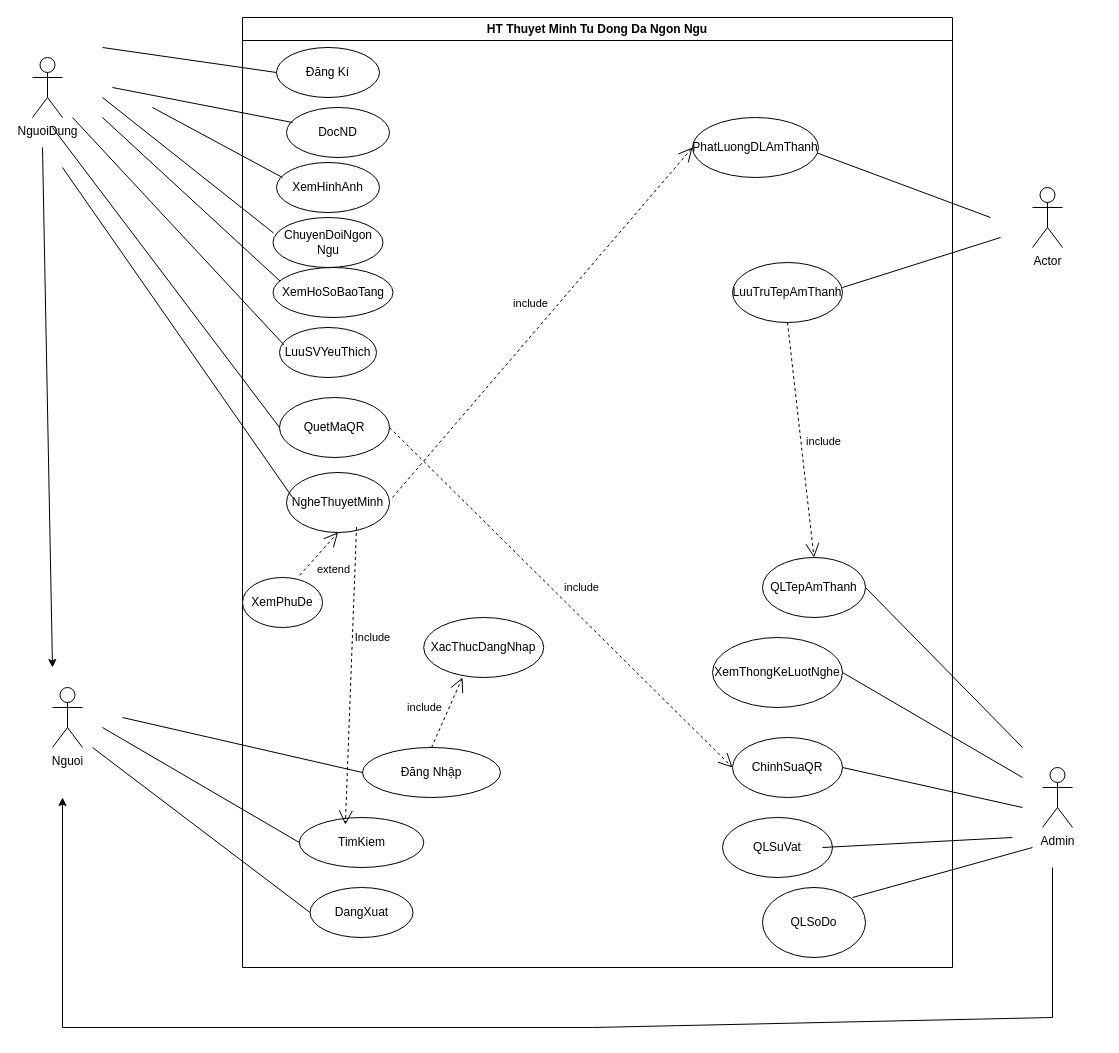
Before: general.drawio in DangPhuThanh/DangPhuThanh, a draw.io diagram. Source tidied: cells renumbered, new cells numbered last; positions are measured from the earlier drawing's top-left corner, leaving out a move shared by most shapes. Both pictures are drawn from the tidied source at 100%, with x=0, y=0 at pixel (32, 17).
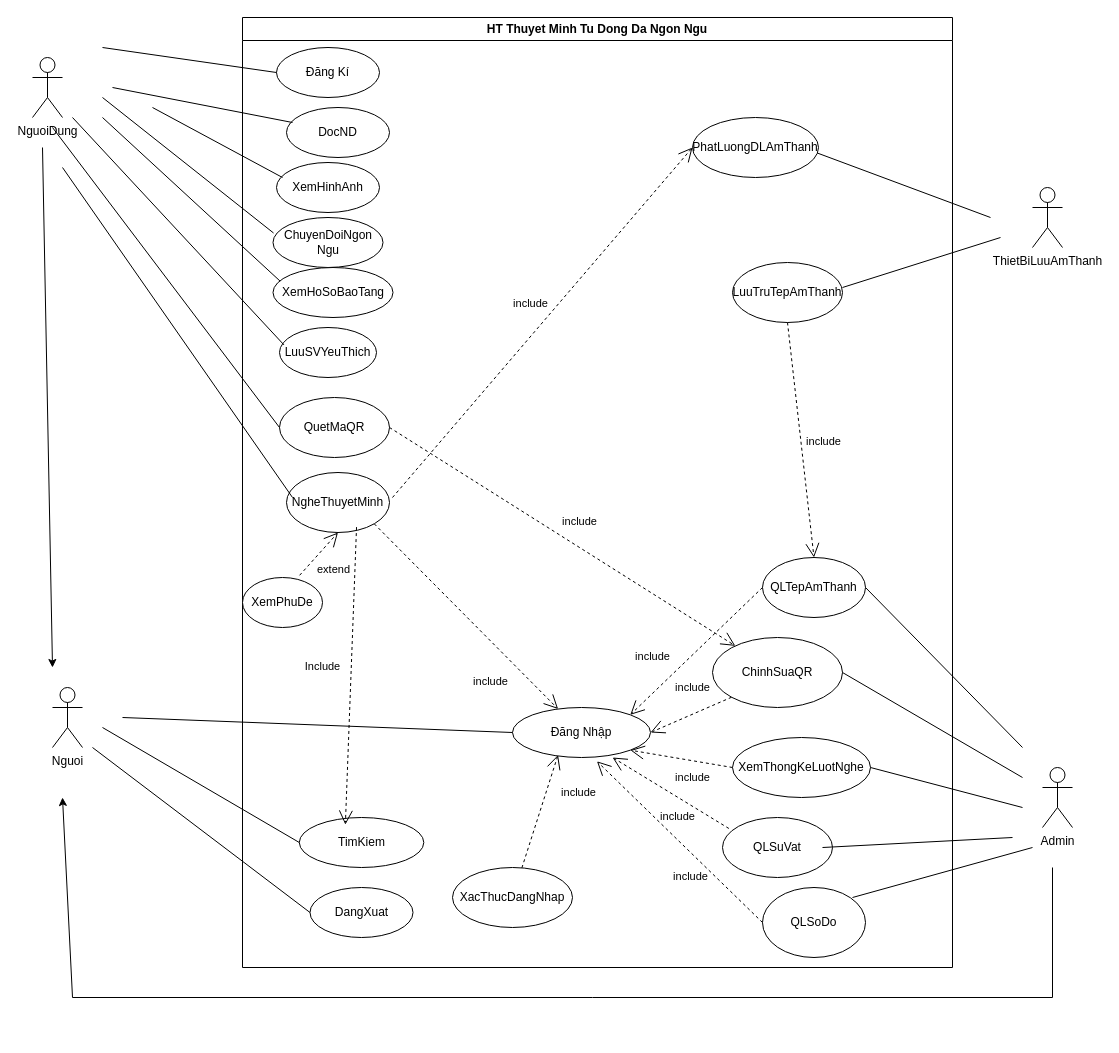
The same diagram, later.

Commit message:
Cập nhật general.drawio

The change refers to these unchanged cells:
```xml
<mxCell id="3" value="HT Thuyet Minh Tu Dong Da Ngon Ngu" style="swimlane;whiteSpace=wrap;html=1;" parent="1" vertex="1">
  <mxGeometry x="210" width="710" height="950" as="geometry" />
</mxCell>
<mxCell id="6" value="TimKiem" style="ellipse;whiteSpace=wrap;html=1;shapeInside=1;" parent="3" vertex="1">
  <mxGeometry x="56.8" y="800" width="124.5" height="50" as="geometry" />
</mxCell>
<mxCell id="11" value="QuetMaQR" style="ellipse;whiteSpace=wrap;html=1;shapeInside=1;" parent="3" vertex="1">
  <mxGeometry x="37" y="380" width="110" height="60" as="geometry" />
</mxCell>
<mxCell id="13" value="QLSuVat" style="ellipse;whiteSpace=wrap;html=1;shapeInside=1;" parent="3" vertex="1">
  <mxGeometry x="480" y="800" width="110" height="60" as="geometry" />
</mxCell>
<mxCell id="14" value="QLSoDo" style="ellipse;whiteSpace=wrap;html=1;shapeInside=1;" parent="3" vertex="1">
  <mxGeometry x="520" y="870" width="103" height="70" as="geometry" />
</mxCell>
<mxCell id="18" value="NgheThuyetMinh" style="ellipse;whiteSpace=wrap;html=1;shapeInside=1;" parent="3" vertex="1">
  <mxGeometry x="44" y="455" width="103" height="60" as="geometry" />
</mxCell>
<mxCell id="22" value="QLTepAmThanh" style="ellipse;whiteSpace=wrap;html=1;shapeInside=1;" parent="3" vertex="1">
  <mxGeometry x="520" y="540" width="103" height="60" as="geometry" />
</mxCell>
```

What changed in the source:
```diff
@@
     <mxCell id="5" value="Đăng Nhập" style="ellipse;whiteSpace=wrap;html=1;shapeInside=1;" parent="3" vertex="1">
-      <mxGeometry x="120" y="730" width="138" height="50" as="geometry" />
+      <mxGeometry x="270" y="690" width="138" height="50" as="geometry" />
     </mxCell>
@@
-    <mxCell id="12" value="ChinhSuaQR" style="ellipse;whiteSpace=wrap;html=1;shapeInside=1;" parent="3" vertex="1">
-      <mxGeometry x="490" y="720" width="110" height="60" as="geometry" />
+    <mxCell id="12" value="XemThongKeLuotNghe" style="ellipse;whiteSpace=wrap;html=1;shapeInside=1;" parent="3" vertex="1">
+      <mxGeometry x="490" y="720" width="138" height="60" as="geometry" />
     </mxCell>
@@
-    <mxCell id="15" value="XemThongKeLuotNghe" style="ellipse;whiteSpace=wrap;html=1;shapeInside=1;" parent="3" vertex="1">
+    <mxCell id="15" value="ChinhSuaQR" style="ellipse;whiteSpace=wrap;html=1;shapeInside=1;" parent="3" vertex="1">
       <mxGeometry x="470" y="620" width="130" height="70" as="geometry" />
     </mxCell>
@@
     <mxCell id="21" value="XacThucDangNhap" style="ellipse;whiteSpace=wrap;html=1;shapeInside=1;" parent="3" vertex="1">
-      <mxGeometry x="181.2" y="600" width="120" height="60" as="geometry" />
+      <mxGeometry x="210" y="850" width="120" height="60" as="geometry" />
     </mxCell>
@@
-    <mxCell id="23" value="include" style="endArrow=open;endSize=12;dashed=1;html=1;rounded=0;exitX=1;exitY=0.5;exitDx=0;exitDy=0;entryX=0;entryY=0.5;entryDx=0;entryDy=0;" parent="3" edge="1" source="11" target="12">
+    <mxCell id="23" value="include" style="endArrow=open;endSize=12;dashed=1;html=1;rounded=0;exitX=1;exitY=0.5;exitDx=0;exitDy=0;" parent="3" edge="1" source="11" target="15">
       <mxGeometry x="0.03" y="22" relative="1" as="geometry" />
     </mxCell>
     <mxCell id="24" value="Include" style="endArrow=open;endSize=12;dashed=1;html=1;rounded=0;exitX=0.68;exitY=0.91;exitDx=0;exitDy=0;exitPerimeter=0;entryX=0.37;entryY=0.144;entryDx=0;entryDy=0;entryPerimeter=0;" parent="3" edge="1" source="18" target="6">
-      <mxGeometry x="-0.26" y="20" relative="1" as="geometry" />
+      <mxGeometry x="-0.05" y="-29" relative="1" as="geometry" />
     </mxCell>
@@
+    <mxCell id="50" value="include" style="endArrow=open;endSize=12;dashed=1;html=1;rounded=0;entryX=0.33;entryY=0.949;entryDx=0;entryDy=0;entryPerimeter=0;" parent="3" edge="1" source="21" target="5">
+      <mxGeometry x="0.49" y="-30" relative="1" as="geometry">
+        <mxPoint x="1" y="-1" as="offset" />
+      </mxGeometry>
+    </mxCell>
+    <mxCell id="53" value="include" style="endArrow=open;endSize=12;dashed=1;html=1;rounded=0;exitX=0;exitY=0.5;exitDx=0;exitDy=0;entryX=1;entryY=0;entryDx=0;entryDy=0;" parent="3" edge="1" source="22" target="5">
+      <mxGeometry x="0.4" y="-27" relative="1" as="geometry">
+        <mxPoint x="1" as="offset" />
+      </mxGeometry>
+    </mxCell>
+    <mxCell id="54" value="include" style="endArrow=open;endSize=12;dashed=1;html=1;rounded=0;exitX=0;exitY=1;exitDx=0;exitDy=0;entryX=1;entryY=0.5;entryDx=0;entryDy=0;" parent="3" edge="1" source="15" target="5">
+      <mxGeometry x="-0.28" y="-25" relative="1" as="geometry" />
+    </mxCell>
+    <mxCell id="55" value="include" style="endArrow=open;endSize=12;dashed=1;html=1;rounded=0;exitX=0;exitY=0.5;exitDx=0;exitDy=0;entryX=1;entryY=1;entryDx=0;entryDy=0;" parent="3" edge="1" source="12" target="5">
+      <mxGeometry x="-0.27" y="17" relative="1" as="geometry" />
+    </mxCell>
+    <mxCell id="56" value="include" style="endArrow=open;endSize=12;dashed=1;html=1;rounded=0;exitX=0.058;exitY=0.183;exitDx=0;exitDy=0;entryX=0.725;entryY=1;entryDx=0;entryDy=0;entryPerimeter=0;exitPerimeter=0;" parent="3" edge="1" source="13" target="5">
+      <mxGeometry x="-0.27" y="17" relative="1" as="geometry" />
+    </mxCell>
+    <mxCell id="57" value="include" style="endArrow=open;endSize=12;dashed=1;html=1;rounded=0;exitX=0;exitY=0.5;exitDx=0;exitDy=0;entryX=0.612;entryY=1.076;entryDx=0;entryDy=0;entryPerimeter=0;" parent="3" edge="1" source="14" target="5">
+      <mxGeometry x="-0.27" y="17" relative="1" as="geometry" />
+    </mxCell>
+    <mxCell id="58" value="include" style="endArrow=open;endSize=12;dashed=1;html=1;rounded=0;exitX=1;exitY=1;exitDx=0;exitDy=0;" parent="3" edge="1" source="18" target="5">
+      <mxGeometry x="0.49" y="-30" relative="1" as="geometry">
+        <mxPoint x="1" y="-1" as="offset" />
+      </mxGeometry>
+    </mxCell>
@@
     <mxCell id="40" style="endArrow=classic;html=1;rounded=0;" parent="1" edge="1">
       <mxGeometry relative="1" as="geometry">
         <mxPoint x="1020" y="850" as="sourcePoint" />
         <mxPoint x="30" y="780" as="targetPoint" />
         <Array as="points">
-          <mxPoint x="1020" y="1000" />
-          <mxPoint x="560" y="1010" />
-          <mxPoint x="30" y="1010" />
+          <mxPoint x="1020" y="980" />
+          <mxPoint x="560" y="980" />
+          <mxPoint x="40" y="980" />
         </Array>
       </mxGeometry>
     </mxCell>
-    <mxCell id="41" style="endArrow=none;html=1;rounded=0;" parent="1" edge="1">
+    <mxCell id="41" style="endArrow=none;html=1;rounded=0;exitX=1;exitY=0.5;exitDx=0;exitDy=0;" parent="1" edge="1" source="12">
       <mxGeometry relative="1" as="geometry">
-        <mxPoint x="810" y="750" as="sourcePoint" />
         <mxPoint x="990" y="790" as="targetPoint" />
       </mxGeometry>
     </mxCell>
@@
-    <mxCell id="47" value="Actor" style="shape=umlActor;verticalLabelPosition=bottom;verticalAlign=top;html=1;" parent="1" vertex="1">
+    <mxCell id="47" value="ThietBiLuuAmThanh" style="shape=umlActor;verticalLabelPosition=bottom;verticalAlign=top;html=1;" parent="1" vertex="1">
       <mxGeometry x="1000" y="170" width="30" height="60" as="geometry" />
     </mxCell>
@@
-    <mxCell id="50" value="include" style="endArrow=open;endSize=12;dashed=1;html=1;rounded=0;exitX=0.5;exitY=0;exitDx=0;exitDy=0;" parent="1" edge="1" source="5">
-      <mxGeometry x="-0.12" y="23" relative="1" as="geometry">
-        <mxPoint x="430" y="660" as="targetPoint" />
-      </mxGeometry>
-    </mxCell>
```
